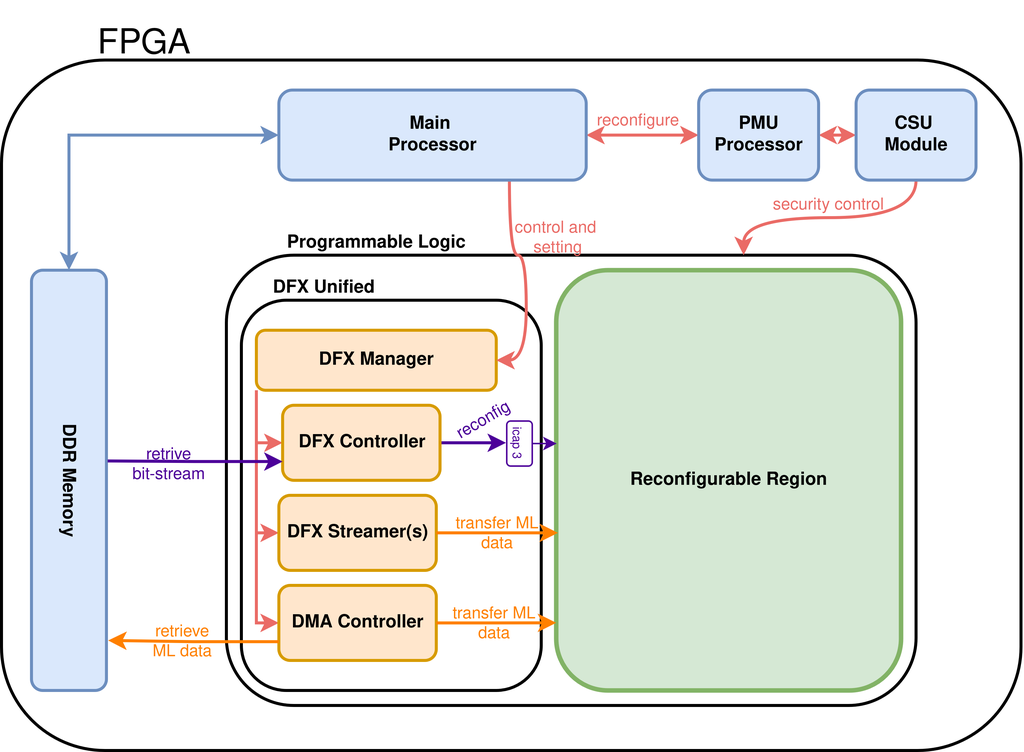
This is doc/tech_report/images/overall_system.png from Tanawin1701d/dfx4ml_infra, a draw.io export, as it was before one commit. Source tidied: cells renumbered, new cells last; positions are measured from the earlier drawing's top-left corner, leaving out a move shared by most shapes.
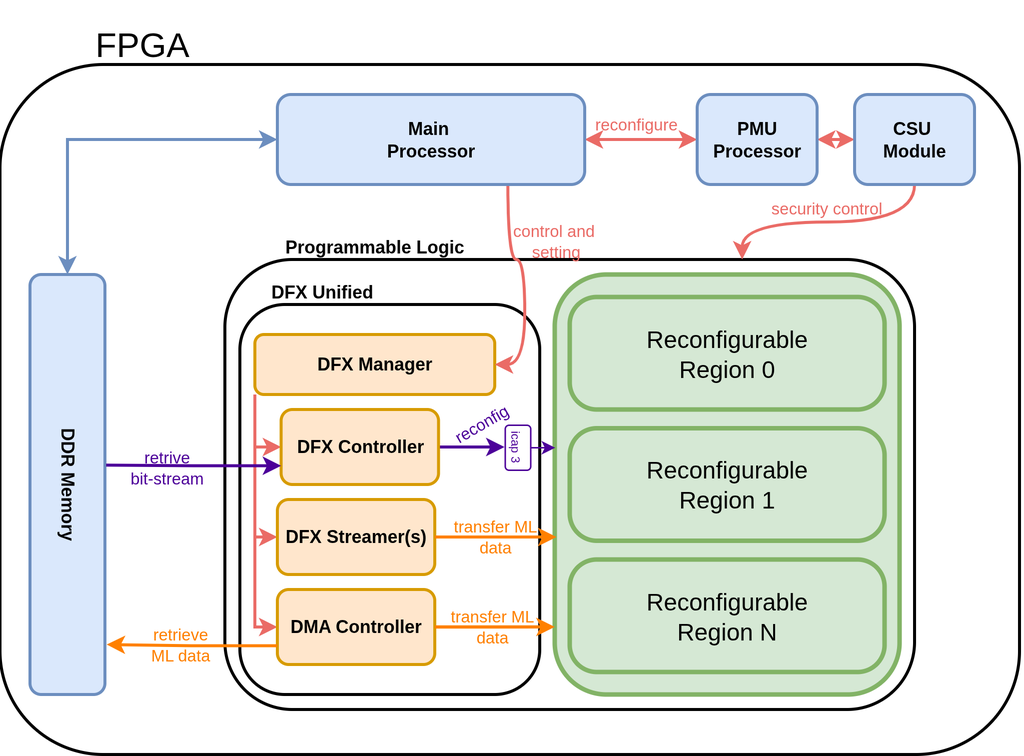
Above is the later version.

Commit message:
[docs][update] update: expand DFX Manager tech report with parameter table and state machine details

Diff of the diagram source:
```diff
@@ -2,11 +2,11 @@
   <root>
     <mxCell id="0" />
     <mxCell id="1" parent="0" />
-    <mxCell id="2" style="rounded=1;whiteSpace=wrap;html=1;fillColor=none;" parent="1" vertex="1">
+    <mxCell id="2" style="rounded=1;whiteSpace=wrap;html=1;fillColor=none;strokeWidth=3;" parent="1" vertex="1">
       <mxGeometry y="150" width="470" height="360" as="geometry" />
     </mxCell>
-    <mxCell id="3" style="rounded=1;whiteSpace=wrap;html=1;fillColor=none;" parent="1" vertex="1">
-      <mxGeometry x="30" y="300" width="270" height="180" as="geometry" />
+    <mxCell id="3" style="rounded=1;whiteSpace=wrap;html=1;fillColor=none;strokeColor=#000000;strokeWidth=2;dashed=1;" parent="1" vertex="1">
+      <mxGeometry x="30" y="290" width="270" height="190" as="geometry" />
     </mxCell>
     <mxCell id="4" value="&lt;font style=&quot;font-size: 17px;&quot;&gt;DFX Manager&lt;/font&gt;" style="text;html=1;whiteSpace=wrap;strokeColor=none;fillColor=none;align=center;verticalAlign=middle;rounded=0;" parent="1" vertex="1">
       <mxGeometry x="35" y="120" width="140" height="30" as="geometry" />
@@ -19,11 +19,11 @@
         <mxPoint x="34" y="-7" as="offset" />
       </mxGeometry>
     </mxCell>
-    <mxCell id="7" value="&lt;font style=&quot;font-size: 17px;&quot;&gt;PS&amp;nbsp;&lt;br&gt;Connector&lt;/font&gt;" style="rounded=1;whiteSpace=wrap;html=1;fillColor=none;" parent="1" vertex="1">
+    <mxCell id="7" value="&lt;font style=&quot;font-size: 17px;&quot;&gt;PS&amp;nbsp;&lt;br&gt;Connector&lt;/font&gt;" style="rounded=1;whiteSpace=wrap;html=1;fillColor=#dae8fc;strokeColor=#6c8ebf;strokeWidth=3;" parent="1" vertex="1">
       <mxGeometry x="175" y="170" width="120" height="90" as="geometry" />
     </mxCell>
-    <mxCell id="8" value="&lt;font style=&quot;font-size: 17px;&quot;&gt;DFX Manager Core&lt;/font&gt;" style="text;html=1;whiteSpace=wrap;strokeColor=none;fillColor=none;align=center;verticalAlign=middle;rounded=0;" parent="1" vertex="1">
-      <mxGeometry x="55" y="274" width="200" height="30" as="geometry" />
+    <mxCell id="8" value="&lt;font style=&quot;font-size: 15px;&quot;&gt;DFX Manager Core&lt;/font&gt;" style="text;html=1;whiteSpace=wrap;strokeColor=none;fillColor=none;align=center;verticalAlign=middle;rounded=0;" parent="1" vertex="1">
+      <mxGeometry x="20" y="265" width="200" height="30" as="geometry" />
     </mxCell>
     <mxCell id="9" style="edgeStyle=orthogonalEdgeStyle;rounded=0;jettySize=auto;html=1;exitX=1;exitY=0.5;exitDx=0;exitDy=0;entryX=0;entryY=0.5;entryDx=0;entryDy=0;dashed=1;startArrow=classic;startFill=1;" parent="1" edge="1" source="11" target="19">
       <mxGeometry relative="1" as="geometry" />
@@ -33,13 +33,13 @@
         <mxPoint y="-18" as="offset" />
       </mxGeometry>
     </mxCell>
-    <mxCell id="11" value="&lt;font style=&quot;font-size: 17px;&quot;&gt;DFX Streamer Connector&lt;/font&gt;" style="rounded=1;whiteSpace=wrap;html=1;fillColor=none;" parent="1" vertex="1">
+    <mxCell id="11" value="&lt;font style=&quot;font-size: 17px;&quot;&gt;DFX Streamer Connector&lt;/font&gt;" style="rounded=1;whiteSpace=wrap;html=1;fillColor=#dae8fc;strokeWidth=3;strokeColor=#6c8ebf;" parent="1" vertex="1">
       <mxGeometry x="310" y="170" width="130" height="90" as="geometry" />
     </mxCell>
-    <mxCell id="12" value="&lt;font style=&quot;font-size: 17px;&quot;&gt;Internal&amp;nbsp;&lt;br&gt;Memory Bank&lt;/font&gt;" style="rounded=1;whiteSpace=wrap;html=1;fillColor=none;" parent="1" vertex="1">
-      <mxGeometry x="40" y="310" width="100" height="160" as="geometry" />
+    <mxCell id="12" value="&lt;font style=&quot;font-size: 17px;&quot;&gt;Internal&amp;nbsp;&lt;br&gt;Memory Bank&lt;/font&gt;" style="rounded=1;whiteSpace=wrap;html=1;fillColor=#ffe6cc;strokeColor=#d79b00;strokeWidth=3;" parent="1" vertex="1">
+      <mxGeometry x="46" y="305" width="100" height="160" as="geometry" />
     </mxCell>
-    <mxCell id="13" value="&lt;font style=&quot;font-size: 17px;&quot;&gt;DMA&lt;br&gt;Connector&lt;/font&gt;" style="rounded=1;whiteSpace=wrap;html=1;fillColor=none;" parent="1" vertex="1">
+    <mxCell id="13" value="&lt;font style=&quot;font-size: 17px;&quot;&gt;DMA&lt;br&gt;Connector&lt;/font&gt;" style="rounded=1;whiteSpace=wrap;html=1;fillColor=#dae8fc;strokeWidth=3;strokeColor=#6c8ebf;" parent="1" vertex="1">
       <mxGeometry x="320" y="285" width="120" height="90" as="geometry" />
     </mxCell>
     <mxCell id="14" style="edgeStyle=orthogonalEdgeStyle;rounded=0;jettySize=auto;html=1;exitX=1;exitY=0.5;exitDx=0;exitDy=0;entryX=0;entryY=0.5;entryDx=0;entryDy=0;startArrow=classic;startFill=1;dashed=1;" parent="1" edge="1" source="16" target="21">
@@ -47,14 +47,14 @@
     </mxCell>
     <mxCell id="15" value="direct ctrl signal" style="edgeLabel;html=1;align=center;verticalAlign=middle;labelBackgroundColor=none;" parent="14" vertex="1">
       <mxGeometry x="0.13" relative="1" as="geometry">
-        <mxPoint x="7" y="-15" as="offset" />
+        <mxPoint x="6" y="-15" as="offset" />
       </mxGeometry>
     </mxCell>
-    <mxCell id="16" value="&lt;font style=&quot;font-size: 17px;&quot;&gt;DFX CTRL&lt;br&gt;Connector&lt;/font&gt;" style="rounded=1;whiteSpace=wrap;html=1;fillColor=none;" parent="1" vertex="1">
+    <mxCell id="16" value="&lt;font style=&quot;font-size: 17px;&quot;&gt;DFX CTRL&lt;br&gt;Connector&lt;/font&gt;" style="rounded=1;whiteSpace=wrap;html=1;fillColor=#dae8fc;strokeWidth=3;strokeColor=#6c8ebf;" parent="1" vertex="1">
       <mxGeometry x="320" y="390" width="120" height="90" as="geometry" />
     </mxCell>
-    <mxCell id="17" value="&lt;font style=&quot;font-size: 17px;&quot;&gt;Flow&amp;nbsp;&lt;br&gt;CTRL&lt;/font&gt;" style="rounded=1;whiteSpace=wrap;html=1;fillColor=none;" parent="1" vertex="1">
-      <mxGeometry x="155" y="310" width="125" height="160" as="geometry" />
+    <mxCell id="17" value="&lt;font style=&quot;font-size: 17px;&quot;&gt;Flow&amp;nbsp;&lt;br&gt;CTRL&lt;/font&gt;" style="rounded=1;whiteSpace=wrap;html=1;fillColor=#ffe6cc;strokeColor=#d79b00;strokeWidth=3;" parent="1" vertex="1">
+      <mxGeometry x="160" y="305" width="125" height="160" as="geometry" />
     </mxCell>
     <mxCell id="18" value="&lt;font style=&quot;font-size: 17px;&quot;&gt;Main&amp;nbsp;Processor&lt;/font&gt;" style="rounded=1;whiteSpace=wrap;html=1;fillColor=none;dashed=1;" parent="1" vertex="1">
       <mxGeometry x="20" width="430" height="90" as="geometry" />
```
